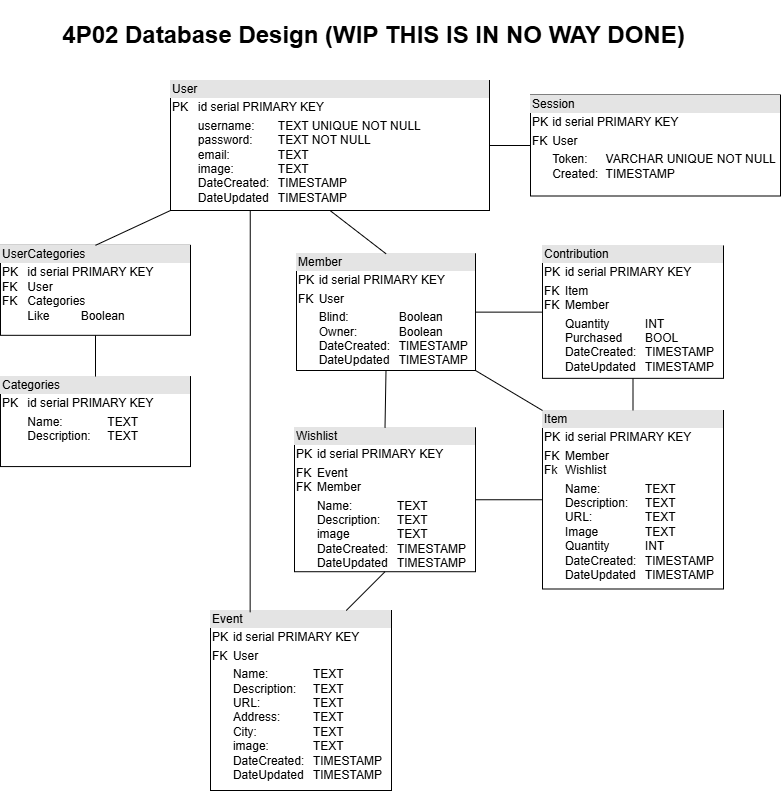
Earlier version of the draw.io export backend/4P02-Database-UML.png (Nicholas-Parise/4P02-course-project). Source tidied: cells renumbered, new cells last; positions are measured from the earlier drawing's top-left corner, leaving out a move shared by most shapes.
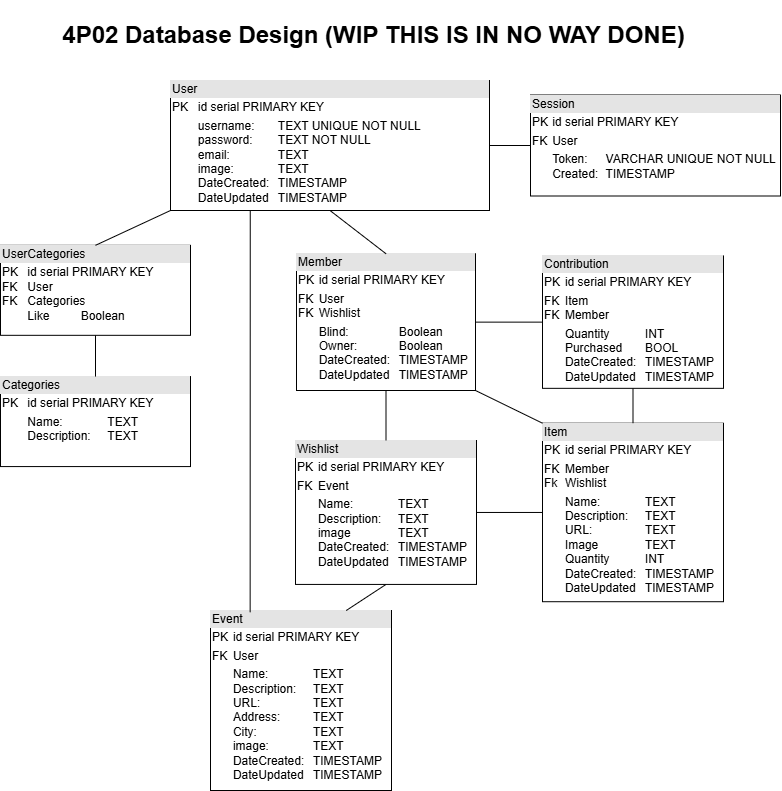
Above is the later version.

Commit message:
fixed database uml

What changed in the source:
```diff
@@ -6,7 +6,7 @@
       <mxGeometry x="170" y="80" width="319" height="130" as="geometry" />
     </mxCell>
     <mxCell id="3" value="&lt;div style=&quot;box-sizing: border-box; width: 100%; background: rgb(228, 228, 228); padding: 2px;&quot;&gt;Item&lt;/div&gt;&lt;table style=&quot;width:100%;font-size:1em;&quot; cellpadding=&quot;2&quot; cellspacing=&quot;0&quot;&gt;&lt;tbody&gt;&lt;tr&gt;&lt;td&gt;PK&lt;/td&gt;&lt;td&gt;id serial PRIMARY KEY&lt;br&gt;&lt;/td&gt;&lt;/tr&gt;&lt;tr&gt;&lt;td&gt;FK&lt;br&gt;Fk&lt;/td&gt;&lt;td&gt;Member&lt;br&gt;Wishlist&lt;/td&gt;&lt;/tr&gt;&lt;tr&gt;&lt;td&gt;&lt;br&gt;&lt;/td&gt;&lt;td&gt;Name:&lt;span style=&quot;white-space: pre;&quot;&gt;&#9;&lt;span style=&quot;white-space: pre;&quot;&gt;&#9;&lt;/span&gt;&lt;/span&gt;TEXT&lt;br&gt;Description:&lt;span style=&quot;white-space: pre;&quot;&gt;&#9;&lt;/span&gt;TEXT&lt;br&gt;URL:&lt;span style=&quot;white-space: pre;&quot;&gt;&#9;&lt;span style=&quot;white-space: pre;&quot;&gt;&#9;&lt;/span&gt;&lt;/span&gt;TEXT&lt;br&gt;Image&lt;span style=&quot;white-space: pre;&quot;&gt;&#9;&lt;/span&gt;&lt;span style=&quot;white-space: pre;&quot;&gt;&#9;&lt;/span&gt;TEXT&lt;br&gt;Quantity&lt;span style=&quot;white-space: pre;&quot;&gt;&#9;&lt;/span&gt;&lt;span style=&quot;white-space: pre;&quot;&gt;&#9;&lt;/span&gt;INT&lt;br&gt;DateCreated:&lt;span style=&quot;white-space: pre;&quot;&gt;&#9;&lt;/span&gt;TIMESTAMP&lt;br&gt;DateUpdated&lt;span style=&quot;white-space: pre;&quot;&gt;&#9;&lt;/span&gt;TIMESTAMP&lt;/td&gt;&lt;/tr&gt;&lt;/tbody&gt;&lt;/table&gt;" style="verticalAlign=top;align=left;overflow=fill;html=1;whiteSpace=wrap;" parent="1" vertex="1">
-      <mxGeometry x="542" y="410" width="181" height="178.5" as="geometry" />
+      <mxGeometry x="542" y="422.7" width="181" height="178.5" as="geometry" />
     </mxCell>
     <mxCell id="4" value="&lt;div style=&quot;box-sizing: border-box; width: 100%; background: rgb(228, 228, 228); padding: 2px;&quot;&gt;Categories&lt;/div&gt;&lt;table style=&quot;width:100%;font-size:1em;&quot; cellpadding=&quot;2&quot; cellspacing=&quot;0&quot;&gt;&lt;tbody&gt;&lt;tr&gt;&lt;td&gt;PK&lt;br&gt;&lt;/td&gt;&lt;td&gt;id serial PRIMARY KEY&lt;br&gt;&lt;/td&gt;&lt;/tr&gt;&lt;tr&gt;&lt;td&gt;&lt;br&gt;&lt;/td&gt;&lt;td&gt;Name:&lt;span style=&quot;white-space: pre;&quot;&gt;&#9;&lt;span style=&quot;white-space: pre;&quot;&gt;&#9;&lt;/span&gt;&lt;/span&gt;TEXT&lt;br&gt;Description:&lt;span style=&quot;white-space: pre;&quot;&gt;&#9;&lt;/span&gt;TEXT&lt;br&gt;&lt;/td&gt;&lt;/tr&gt;&lt;tr&gt;&lt;td&gt;&lt;/td&gt;&lt;td&gt;&lt;br&gt;&lt;/td&gt;&lt;/tr&gt;&lt;/tbody&gt;&lt;/table&gt;" style="verticalAlign=top;align=left;overflow=fill;html=1;whiteSpace=wrap;" parent="1" vertex="1">
       <mxGeometry y="376.1" width="190" height="90" as="geometry" />
@@ -29,8 +29,8 @@
     <mxCell id="10" style="endArrow=none;html=1;rounded=0;exitX=0;exitY=0.5;exitDx=0;exitDy=0;entryX=1;entryY=0.5;entryDx=0;entryDy=0;" parent="1" edge="1" source="9" target="2">
       <mxGeometry relative="1" as="geometry" />
     </mxCell>
-    <mxCell id="11" value="&lt;div style=&quot;box-sizing: border-box; width: 100%; background: rgb(228, 228, 228); padding: 2px;&quot;&gt;Member&lt;/div&gt;&lt;table style=&quot;width:100%;font-size:1em;&quot; cellpadding=&quot;2&quot; cellspacing=&quot;0&quot;&gt;&lt;tbody&gt;&lt;tr&gt;&lt;td&gt;PK&lt;/td&gt;&lt;td&gt;id serial PRIMARY KEY&lt;/td&gt;&lt;/tr&gt;&lt;tr&gt;&lt;td&gt;FK&lt;br&gt;&lt;/td&gt;&lt;td&gt;User&lt;br&gt;&lt;/td&gt;&lt;/tr&gt;&lt;tr&gt;&lt;td&gt;&lt;br&gt;&lt;/td&gt;&lt;td&gt;Blind: &lt;span style=&quot;white-space: pre;&quot;&gt;&#9;&lt;span style=&quot;white-space: pre;&quot;&gt;&#9;&lt;/span&gt;&lt;/span&gt;Boolean&lt;br&gt;Owner:&lt;span style=&quot;white-space: pre;&quot;&gt;&#9;&lt;/span&gt;&lt;span style=&quot;white-space: pre;&quot;&gt;&#9;&lt;/span&gt;Boolean&lt;br&gt;DateCreated:&lt;span style=&quot;white-space: pre;&quot;&gt;&#9;&lt;/span&gt;TIMESTAMP&lt;br&gt;DateUpdated&lt;span style=&quot;white-space: pre;&quot;&gt;&#9;&lt;/span&gt;TIMESTAMP&lt;/td&gt;&lt;/tr&gt;&lt;/tbody&gt;&lt;/table&gt;" style="verticalAlign=top;align=left;overflow=fill;html=1;whiteSpace=wrap;" parent="1" vertex="1">
-      <mxGeometry x="296" y="253.2" width="179" height="116.8" as="geometry" />
+    <mxCell id="11" value="&lt;div style=&quot;box-sizing: border-box; width: 100%; background: rgb(228, 228, 228); padding: 2px;&quot;&gt;Member&lt;/div&gt;&lt;table style=&quot;width:100%;font-size:1em;&quot; cellpadding=&quot;2&quot; cellspacing=&quot;0&quot;&gt;&lt;tbody&gt;&lt;tr&gt;&lt;td&gt;PK&lt;/td&gt;&lt;td&gt;id serial PRIMARY KEY&lt;/td&gt;&lt;/tr&gt;&lt;tr&gt;&lt;td&gt;FK&lt;br&gt;FK&lt;/td&gt;&lt;td&gt;User&lt;br&gt;Wishlist&lt;br&gt;&lt;/td&gt;&lt;/tr&gt;&lt;tr&gt;&lt;td&gt;&lt;br&gt;&lt;/td&gt;&lt;td&gt;Blind: &lt;span style=&quot;white-space: pre;&quot;&gt;&#9;&lt;span style=&quot;white-space: pre;&quot;&gt;&#9;&lt;/span&gt;&lt;/span&gt;Boolean&lt;br&gt;Owner:&lt;span style=&quot;white-space: pre;&quot;&gt;&#9;&lt;/span&gt;&lt;span style=&quot;white-space: pre;&quot;&gt;&#9;&lt;/span&gt;Boolean&lt;br&gt;DateCreated:&lt;span style=&quot;white-space: pre;&quot;&gt;&#9;&lt;/span&gt;TIMESTAMP&lt;br&gt;DateUpdated&lt;span style=&quot;white-space: pre;&quot;&gt;&#9;&lt;/span&gt;TIMESTAMP&lt;/td&gt;&lt;/tr&gt;&lt;/tbody&gt;&lt;/table&gt;" style="verticalAlign=top;align=left;overflow=fill;html=1;whiteSpace=wrap;" parent="1" vertex="1">
+      <mxGeometry x="296" y="253.2" width="179" height="136.8" as="geometry" />
     </mxCell>
     <mxCell id="12" style="endArrow=none;html=1;rounded=0;entryX=0.5;entryY=0;entryDx=0;entryDy=0;exitX=0.5;exitY=1;exitDx=0;exitDy=0;" parent="1" edge="1" source="2" target="11">
       <mxGeometry relative="1" as="geometry" />
@@ -42,10 +42,10 @@
       <mxGeometry x="48" width="650" height="70" as="geometry" />
     </mxCell>
     <mxCell id="15" value="&lt;div style=&quot;box-sizing: border-box; width: 100%; background: rgb(228, 228, 228); padding: 2px;&quot;&gt;Contribution&lt;/div&gt;&lt;table style=&quot;width:100%;font-size:1em;&quot; cellpadding=&quot;2&quot; cellspacing=&quot;0&quot;&gt;&lt;tbody&gt;&lt;tr&gt;&lt;td&gt;PK&lt;/td&gt;&lt;td&gt;id serial PRIMARY KEY&lt;br&gt;&lt;/td&gt;&lt;/tr&gt;&lt;tr&gt;&lt;td&gt;FK&lt;br&gt;FK&lt;/td&gt;&lt;td&gt;Item&lt;br&gt;Member&lt;/td&gt;&lt;/tr&gt;&lt;tr&gt;&lt;td&gt;&lt;br&gt;&lt;/td&gt;&lt;td&gt;Quantity&lt;span style=&quot;white-space: pre;&quot;&gt;&#9;&lt;/span&gt;&lt;span style=&quot;white-space: pre;&quot;&gt;&#9;&lt;/span&gt;INT&lt;br&gt;Purchased&lt;span style=&quot;white-space: pre;&quot;&gt;&#9;&lt;/span&gt;BOOL&lt;br&gt;DateCreated:&lt;span style=&quot;white-space: pre;&quot;&gt;&#9;&lt;/span&gt;TIMESTAMP&lt;br&gt;DateUpdated&lt;span style=&quot;white-space: pre;&quot;&gt;&#9;&lt;/span&gt;TIMESTAMP&lt;/td&gt;&lt;/tr&gt;&lt;/tbody&gt;&lt;/table&gt;" style="verticalAlign=top;align=left;overflow=fill;html=1;whiteSpace=wrap;" parent="1" vertex="1">
-      <mxGeometry x="542" y="245.4" width="181" height="132.4" as="geometry" />
+      <mxGeometry x="542" y="255.4" width="181" height="132.4" as="geometry" />
     </mxCell>
-    <mxCell id="16" value="&lt;div style=&quot;box-sizing: border-box; width: 100%; background: rgb(228, 228, 228); padding: 2px;&quot;&gt;Wishlist&lt;/div&gt;&lt;table style=&quot;width:100%;font-size:1em;&quot; cellpadding=&quot;2&quot; cellspacing=&quot;0&quot;&gt;&lt;tbody&gt;&lt;tr&gt;&lt;td&gt;PK&lt;/td&gt;&lt;td&gt;id serial PRIMARY KEY&lt;br&gt;&lt;/td&gt;&lt;/tr&gt;&lt;tr&gt;&lt;td&gt;FK&lt;br&gt;FK&lt;/td&gt;&lt;td&gt;Event&lt;br&gt;Member&lt;/td&gt;&lt;/tr&gt;&lt;tr&gt;&lt;td&gt;&lt;br&gt;&lt;/td&gt;&lt;td&gt;Name:&lt;span style=&quot;white-space: pre;&quot;&gt;&#9;&lt;span style=&quot;white-space: pre;&quot;&gt;&#9;&lt;/span&gt;&lt;/span&gt;TEXT&lt;br&gt;Description:&lt;span style=&quot;white-space: pre;&quot;&gt;&#9;&lt;/span&gt;TEXT&lt;br&gt;image &lt;span style=&quot;white-space: pre;&quot;&gt;&#9;&lt;/span&gt;&lt;span style=&quot;white-space: pre;&quot;&gt;&#9;&lt;/span&gt;TEXT&lt;br&gt;DateCreated:&lt;span style=&quot;white-space: pre;&quot;&gt;&#9;&lt;/span&gt;TIMESTAMP&lt;br&gt;DateUpdated&lt;span style=&quot;white-space: pre;&quot;&gt;&#9;&lt;/span&gt;TIMESTAMP&lt;br&gt;&lt;br&gt;&lt;/td&gt;&lt;/tr&gt;&lt;/tbody&gt;&lt;/table&gt;" style="verticalAlign=top;align=left;overflow=fill;html=1;whiteSpace=wrap;" parent="1" vertex="1">
-      <mxGeometry x="294" y="427.3" width="181" height="143.9" as="geometry" />
+    <mxCell id="16" value="&lt;div style=&quot;box-sizing: border-box; width: 100%; background: rgb(228, 228, 228); padding: 2px;&quot;&gt;Wishlist&lt;/div&gt;&lt;table style=&quot;width:100%;font-size:1em;&quot; cellpadding=&quot;2&quot; cellspacing=&quot;0&quot;&gt;&lt;tbody&gt;&lt;tr&gt;&lt;td&gt;PK&lt;/td&gt;&lt;td&gt;id serial PRIMARY KEY&lt;br&gt;&lt;/td&gt;&lt;/tr&gt;&lt;tr&gt;&lt;td&gt;FK&lt;br&gt;&lt;/td&gt;&lt;td&gt;Event&lt;br&gt;&lt;/td&gt;&lt;/tr&gt;&lt;tr&gt;&lt;td&gt;&lt;br&gt;&lt;/td&gt;&lt;td&gt;Name:&lt;span style=&quot;white-space: pre;&quot;&gt;&#9;&lt;span style=&quot;white-space: pre;&quot;&gt;&#9;&lt;/span&gt;&lt;/span&gt;TEXT&lt;br&gt;Description:&lt;span style=&quot;white-space: pre;&quot;&gt;&#9;&lt;/span&gt;TEXT&lt;br&gt;image &lt;span style=&quot;white-space: pre;&quot;&gt;&#9;&lt;/span&gt;&lt;span style=&quot;white-space: pre;&quot;&gt;&#9;&lt;/span&gt;TEXT&lt;br&gt;DateCreated:&lt;span style=&quot;white-space: pre;&quot;&gt;&#9;&lt;/span&gt;TIMESTAMP&lt;br&gt;DateUpdated&lt;span style=&quot;white-space: pre;&quot;&gt;&#9;&lt;/span&gt;TIMESTAMP&lt;br&gt;&lt;br&gt;&lt;/td&gt;&lt;/tr&gt;&lt;/tbody&gt;&lt;/table&gt;" style="verticalAlign=top;align=left;overflow=fill;html=1;whiteSpace=wrap;" parent="1" vertex="1">
+      <mxGeometry x="295" y="440" width="181" height="143.9" as="geometry" />
     </mxCell>
     <mxCell id="17" style="endArrow=none;html=1;rounded=0;entryX=0.5;entryY=1;entryDx=0;entryDy=0;exitX=0.5;exitY=0;exitDx=0;exitDy=0;" parent="1" edge="1" source="3" target="15">
       <mxGeometry relative="1" as="geometry" />
```
